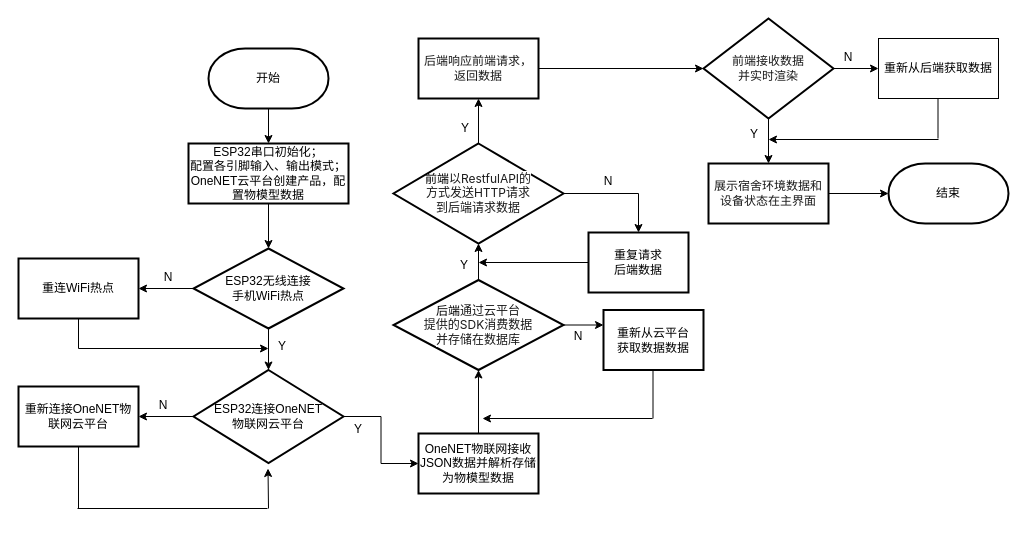
The draw.io diagram 主界面展示流程图.drawio in zhangruyi3906/img, before the edit. Source tidied: cells renumbered, new cells numbered last; positions are measured from the earlier drawing's top-left corner, leaving out a move shared by most shapes. Both pictures are drawn from the tidied source at 100%, with x=0, y=0 at pixel (18, 18).
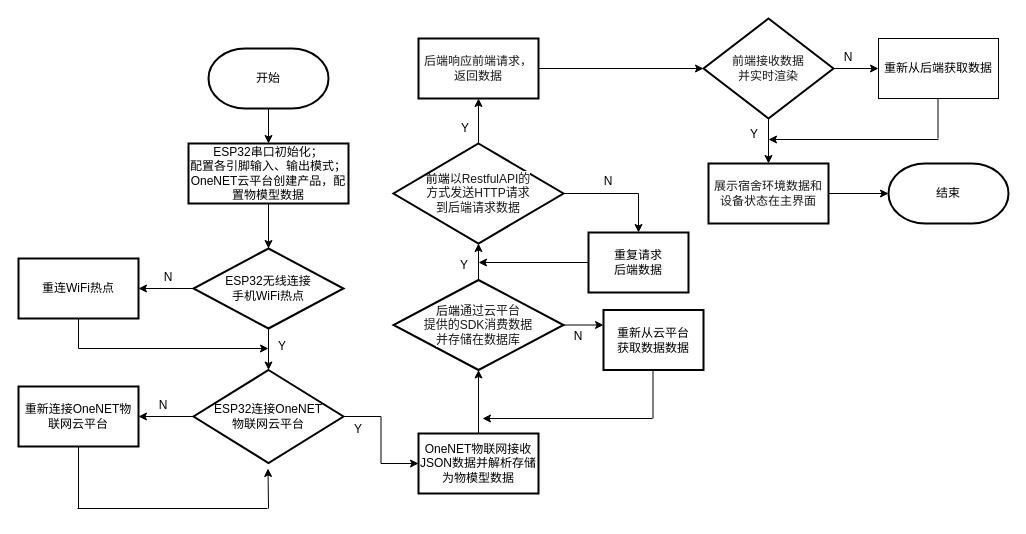
After the change.

Commit message (it also covers changes not shown here):
更新主界面展示流程图.drawio

What changed in the source:
```diff
@@
-    <mxCell id="16" value="后端&lt;span style=&quot;color: rgba(0, 0, 0, 0.9); font-family: -apple-system, BlinkMacSystemFont, &amp;quot;Segoe UI&amp;quot;, system-ui, -apple-system, &amp;quot;Segoe UI&amp;quot;, Roboto, Ubuntu, Cantarell, &amp;quot;Noto Sans&amp;quot;, sans-serif, Arial, &amp;quot;PingFang SC&amp;quot;, &amp;quot;Source Han Sans SC&amp;quot;, &amp;quot;Microsoft YaHei UI&amp;quot;, &amp;quot;Microsoft YaHei&amp;quot;, &amp;quot;Noto Sans CJK SC&amp;quot;, sans-serif; text-align: left; white-space-collapse: preserve; background-color: rgb(255, 255, 255);&quot;&gt;&lt;font&gt;通过云平台&lt;/font&gt;&lt;/span&gt;&lt;div&gt;&lt;span style=&quot;color: rgba(0, 0, 0, 0.9); font-family: -apple-system, BlinkMacSystemFont, &amp;quot;Segoe UI&amp;quot;, system-ui, -apple-system, &amp;quot;Segoe UI&amp;quot;, Roboto, Ubuntu, Cantarell, &amp;quot;Noto Sans&amp;quot;, sans-serif, Arial, &amp;quot;PingFang SC&amp;quot;, &amp;quot;Source Han Sans SC&amp;quot;, &amp;quot;Microsoft YaHei UI&amp;quot;, &amp;quot;Microsoft YaHei&amp;quot;, &amp;quot;Noto Sans CJK SC&amp;quot;, sans-serif; text-align: left; white-space-collapse: preserve; background-color: rgb(255, 255, 255);&quot;&gt;&lt;font&gt;提供的SDK消费数据&lt;/font&gt;&lt;/span&gt;&lt;/div&gt;&lt;div&gt;&lt;span style=&quot;color: rgba(0, 0, 0, 0.9); font-family: -apple-system, BlinkMacSystemFont, &amp;quot;Segoe UI&amp;quot;, system-ui, -apple-system, &amp;quot;Segoe UI&amp;quot;, Roboto, Ubuntu, Cantarell, &amp;quot;Noto Sans&amp;quot;, sans-serif, Arial, &amp;quot;PingFang SC&amp;quot;, &amp;quot;Source Han Sans SC&amp;quot;, &amp;quot;Microsoft YaHei UI&amp;quot;, &amp;quot;Microsoft YaHei&amp;quot;, &amp;quot;Noto Sans CJK SC&amp;quot;, sans-serif; text-align: left; white-space-collapse: preserve; background-color: rgb(255, 255, 255);&quot;&gt;&lt;font&gt;并存储在数据库&lt;/font&gt;&lt;/span&gt;&lt;/div&gt;" style="rhombus;whiteSpace=wrap;html=1;strokeWidth=2;labelBackgroundColor=none;" parent="1" vertex="1">
+    <mxCell id="16" value="后端&lt;span style=&quot;color: rgba(0, 0, 0, 0.9); font-family: -apple-system, BlinkMacSystemFont, &amp;quot;Segoe UI&amp;quot;, system-ui, -apple-system, &amp;quot;Segoe UI&amp;quot;, Roboto, Ubuntu, Cantarell, &amp;quot;Noto Sans&amp;quot;, sans-serif, Arial, &amp;quot;PingFang SC&amp;quot;, &amp;quot;Source Han Sans SC&amp;quot;, &amp;quot;Microsoft YaHei UI&amp;quot;, &amp;quot;Microsoft YaHei&amp;quot;, &amp;quot;Noto Sans CJK SC&amp;quot;, sans-serif; text-align: left; white-space-collapse: preserve; background-color: rgb(255, 255, 255);&quot;&gt;&lt;font&gt;通过云平台&lt;/font&gt;&lt;/span&gt;&lt;div&gt;&lt;span style=&quot;color: rgba(0, 0, 0, 0.9); text-align: left; white-space-collapse: preserve; background-color: rgb(255, 255, 255);&quot;&gt;&lt;font style=&quot;&quot;&gt;&lt;font face=&quot;-apple-system, BlinkMacSystemFont, Segoe UI, system-ui, -apple-system, Segoe UI, Roboto, Ubuntu, Cantarell, Noto Sans, sans-serif, Arial, PingFang SC, Source Han Sans SC, Microsoft YaHei UI, Microsoft YaHei, Noto Sans CJK SC, sans-serif&quot;&gt;提供的&lt;/font&gt;&lt;font face=&quot;Helvetica&quot;&gt;SDK&lt;/font&gt;&lt;font face=&quot;-apple-system, BlinkMacSystemFont, Segoe UI, system-ui, -apple-system, Segoe UI, Roboto, Ubuntu, Cantarell, Noto Sans, sans-serif, Arial, PingFang SC, Source Han Sans SC, Microsoft YaHei UI, Microsoft YaHei, Noto Sans CJK SC, sans-serif&quot;&gt;消费数据&lt;/font&gt;&lt;/font&gt;&lt;/span&gt;&lt;/div&gt;&lt;div&gt;&lt;span style=&quot;color: rgba(0, 0, 0, 0.9); font-family: -apple-system, BlinkMacSystemFont, &amp;quot;Segoe UI&amp;quot;, system-ui, -apple-system, &amp;quot;Segoe UI&amp;quot;, Roboto, Ubuntu, Cantarell, &amp;quot;Noto Sans&amp;quot;, sans-serif, Arial, &amp;quot;PingFang SC&amp;quot;, &amp;quot;Source Han Sans SC&amp;quot;, &amp;quot;Microsoft YaHei UI&amp;quot;, &amp;quot;Microsoft YaHei&amp;quot;, &amp;quot;Noto Sans CJK SC&amp;quot;, sans-serif; text-align: left; white-space-collapse: preserve; background-color: rgb(255, 255, 255);&quot;&gt;&lt;font&gt;并存储在数据库&lt;/font&gt;&lt;/span&gt;&lt;/div&gt;" style="rhombus;whiteSpace=wrap;html=1;strokeWidth=2;labelBackgroundColor=none;" parent="1" vertex="1">
       <mxGeometry x="375" y="261.5" width="170" height="90" as="geometry" />
     </mxCell>
@@
-    <mxCell id="19" value="&lt;font&gt;前端&lt;span style=&quot;color: rgba(0, 0, 0, 0.9); font-family: -apple-system, BlinkMacSystemFont, &amp;quot;Segoe UI&amp;quot;, system-ui, -apple-system, &amp;quot;Segoe UI&amp;quot;, Roboto, Ubuntu, Cantarell, &amp;quot;Noto Sans&amp;quot;, sans-serif, Arial, &amp;quot;PingFang SC&amp;quot;, &amp;quot;Source Han Sans SC&amp;quot;, &amp;quot;Microsoft YaHei UI&amp;quot;, &amp;quot;Microsoft YaHei&amp;quot;, &amp;quot;Noto Sans CJK SC&amp;quot;, sans-serif; text-align: left; white-space-collapse: preserve; background-color: rgb(255, 255, 255);&quot;&gt;以RestfulAPI的&lt;/span&gt;&lt;/font&gt;&lt;div&gt;&lt;font&gt;&lt;span style=&quot;color: rgba(0, 0, 0, 0.9); font-family: -apple-system, BlinkMacSystemFont, &amp;quot;Segoe UI&amp;quot;, system-ui, -apple-system, &amp;quot;Segoe UI&amp;quot;, Roboto, Ubuntu, Cantarell, &amp;quot;Noto Sans&amp;quot;, sans-serif, Arial, &amp;quot;PingFang SC&amp;quot;, &amp;quot;Source Han Sans SC&amp;quot;, &amp;quot;Microsoft YaHei UI&amp;quot;, &amp;quot;Microsoft YaHei&amp;quot;, &amp;quot;Noto Sans CJK SC&amp;quot;, sans-serif; text-align: left; white-space-collapse: preserve; background-color: rgb(255, 255, 255);&quot;&gt;方式发送HTTP请求&lt;/span&gt;&lt;/font&gt;&lt;/div&gt;&lt;div&gt;&lt;font&gt;&lt;span style=&quot;color: rgba(0, 0, 0, 0.9); font-family: -apple-system, BlinkMacSystemFont, &amp;quot;Segoe UI&amp;quot;, system-ui, -apple-system, &amp;quot;Segoe UI&amp;quot;, Roboto, Ubuntu, Cantarell, &amp;quot;Noto Sans&amp;quot;, sans-serif, Arial, &amp;quot;PingFang SC&amp;quot;, &amp;quot;Source Han Sans SC&amp;quot;, &amp;quot;Microsoft YaHei UI&amp;quot;, &amp;quot;Microsoft YaHei&amp;quot;, &amp;quot;Noto Sans CJK SC&amp;quot;, sans-serif; text-align: left; white-space-collapse: preserve; background-color: rgb(255, 255, 255);&quot;&gt;到后端请求数据&lt;/span&gt;&lt;/font&gt;&lt;/div&gt;" style="rhombus;whiteSpace=wrap;html=1;strokeWidth=2;labelBackgroundColor=none;" parent="1" vertex="1">
+    <mxCell id="19" value="&lt;font&gt;前端&lt;span style=&quot;color: rgba(0, 0, 0, 0.9); font-family: -apple-system, BlinkMacSystemFont, &amp;quot;Segoe UI&amp;quot;, system-ui, -apple-system, &amp;quot;Segoe UI&amp;quot;, Roboto, Ubuntu, Cantarell, &amp;quot;Noto Sans&amp;quot;, sans-serif, Arial, &amp;quot;PingFang SC&amp;quot;, &amp;quot;Source Han Sans SC&amp;quot;, &amp;quot;Microsoft YaHei UI&amp;quot;, &amp;quot;Microsoft YaHei&amp;quot;, &amp;quot;Noto Sans CJK SC&amp;quot;, sans-serif; text-align: left; white-space-collapse: preserve; background-color: rgb(255, 255, 255);&quot;&gt;以&lt;/span&gt;&lt;span style=&quot;color: rgba(0, 0, 0, 0.9); text-align: left; white-space-collapse: preserve; background-color: rgb(255, 255, 255);&quot;&gt;&lt;font face=&quot;Helvetica&quot;&gt;RestfulAPI&lt;/font&gt;&lt;/span&gt;&lt;span style=&quot;color: rgba(0, 0, 0, 0.9); font-family: -apple-system, BlinkMacSystemFont, &amp;quot;Segoe UI&amp;quot;, system-ui, -apple-system, &amp;quot;Segoe UI&amp;quot;, Roboto, Ubuntu, Cantarell, &amp;quot;Noto Sans&amp;quot;, sans-serif, Arial, &amp;quot;PingFang SC&amp;quot;, &amp;quot;Source Han Sans SC&amp;quot;, &amp;quot;Microsoft YaHei UI&amp;quot;, &amp;quot;Microsoft YaHei&amp;quot;, &amp;quot;Noto Sans CJK SC&amp;quot;, sans-serif; text-align: left; white-space-collapse: preserve; background-color: rgb(255, 255, 255);&quot;&gt;的&lt;/span&gt;&lt;/font&gt;&lt;div&gt;&lt;font&gt;&lt;span style=&quot;color: rgba(0, 0, 0, 0.9); font-family: -apple-system, BlinkMacSystemFont, &amp;quot;Segoe UI&amp;quot;, system-ui, -apple-system, &amp;quot;Segoe UI&amp;quot;, Roboto, Ubuntu, Cantarell, &amp;quot;Noto Sans&amp;quot;, sans-serif, Arial, &amp;quot;PingFang SC&amp;quot;, &amp;quot;Source Han Sans SC&amp;quot;, &amp;quot;Microsoft YaHei UI&amp;quot;, &amp;quot;Microsoft YaHei&amp;quot;, &amp;quot;Noto Sans CJK SC&amp;quot;, sans-serif; text-align: left; white-space-collapse: preserve; background-color: rgb(255, 255, 255);&quot;&gt;方式发送&lt;/span&gt;&lt;span style=&quot;color: rgba(0, 0, 0, 0.9); text-align: left; white-space-collapse: preserve; background-color: rgb(255, 255, 255);&quot;&gt;&lt;font face=&quot;Helvetica&quot;&gt;HTTP&lt;/font&gt;&lt;/span&gt;&lt;span style=&quot;color: rgba(0, 0, 0, 0.9); font-family: -apple-system, BlinkMacSystemFont, &amp;quot;Segoe UI&amp;quot;, system-ui, -apple-system, &amp;quot;Segoe UI&amp;quot;, Roboto, Ubuntu, Cantarell, &amp;quot;Noto Sans&amp;quot;, sans-serif, Arial, &amp;quot;PingFang SC&amp;quot;, &amp;quot;Source Han Sans SC&amp;quot;, &amp;quot;Microsoft YaHei UI&amp;quot;, &amp;quot;Microsoft YaHei&amp;quot;, &amp;quot;Noto Sans CJK SC&amp;quot;, sans-serif; text-align: left; white-space-collapse: preserve; background-color: rgb(255, 255, 255);&quot;&gt;请求&lt;/span&gt;&lt;/font&gt;&lt;/div&gt;&lt;div&gt;&lt;font&gt;&lt;span style=&quot;color: rgba(0, 0, 0, 0.9); font-family: -apple-system, BlinkMacSystemFont, &amp;quot;Segoe UI&amp;quot;, system-ui, -apple-system, &amp;quot;Segoe UI&amp;quot;, Roboto, Ubuntu, Cantarell, &amp;quot;Noto Sans&amp;quot;, sans-serif, Arial, &amp;quot;PingFang SC&amp;quot;, &amp;quot;Source Han Sans SC&amp;quot;, &amp;quot;Microsoft YaHei UI&amp;quot;, &amp;quot;Microsoft YaHei&amp;quot;, &amp;quot;Noto Sans CJK SC&amp;quot;, sans-serif; text-align: left; white-space-collapse: preserve; background-color: rgb(255, 255, 255);&quot;&gt;到后端请求数据&lt;/span&gt;&lt;/font&gt;&lt;/div&gt;" style="rhombus;whiteSpace=wrap;html=1;strokeWidth=2;labelBackgroundColor=none;" parent="1" vertex="1">
       <mxGeometry x="375" y="125" width="170" height="100" as="geometry" />
     </mxCell>
```
